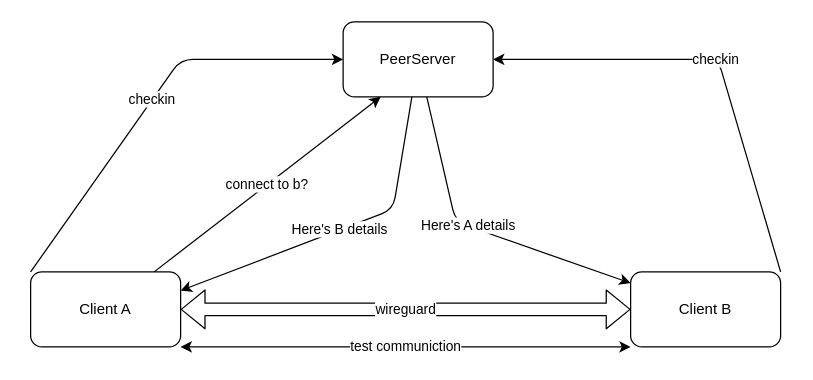
SatoriNetwork/Neuron keeps this draw.io diagram as docs/diagrams/peer_server.drawio. Above is the earlier version. Source tidied: cells renumbered, new cells numbered last; positions are measured from the earlier drawing's top-left corner, leaving out a move shared by most shapes. Both pictures are drawn from the tidied source at 125%, with x=0, y=0 at pixel (30, 21).
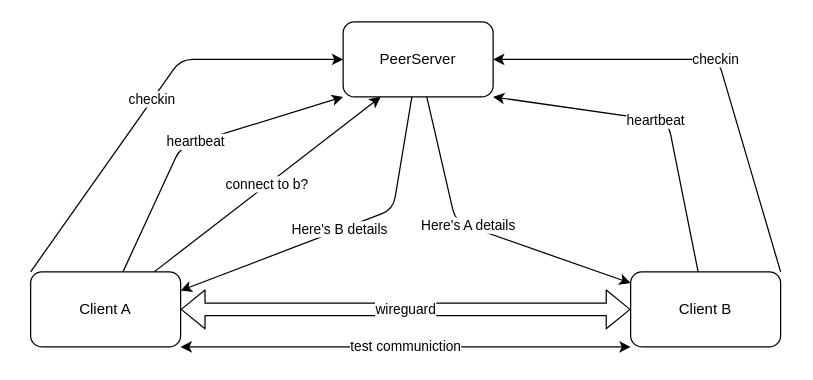
After the change.

The change refers to these unchanged cells:
```xml
<mxCell id="4" value="PeerServer" style="rounded=1;whiteSpace=wrap;html=1;" parent="1" vertex="1">
  <mxGeometry x="250" width="120" height="60" as="geometry" />
</mxCell>
<mxCell id="6" value="Client B" style="rounded=1;whiteSpace=wrap;html=1;" parent="1" vertex="1">
  <mxGeometry x="480" y="200" width="120" height="60" as="geometry" />
</mxCell>
<mxCell id="8" value="Client A" style="rounded=1;whiteSpace=wrap;html=1;" parent="1" vertex="1">
  <mxGeometry y="200" width="120" height="60" as="geometry" />
</mxCell>
```

The edit, as a diff of the source:
```diff
@@
+    <mxCell id="12" value="heartbeat" style="edgeStyle=none;html=1;entryX=1;entryY=1;entryDx=0;entryDy=0;" parent="1" edge="1" source="6" target="4">
+      <mxGeometry relative="1" as="geometry">
+        <Array as="points">
+          <mxPoint x="510" y="80" />
+        </Array>
+      </mxGeometry>
+    </mxCell>
@@
+    <mxCell id="13" value="heartbeat" style="edgeStyle=none;html=1;entryX=0;entryY=1;entryDx=0;entryDy=0;" parent="1" edge="1" source="8" target="4">
+      <mxGeometry relative="1" as="geometry">
+        <Array as="points">
+          <mxPoint x="120" y="100" />
+        </Array>
+      </mxGeometry>
+    </mxCell>
```
